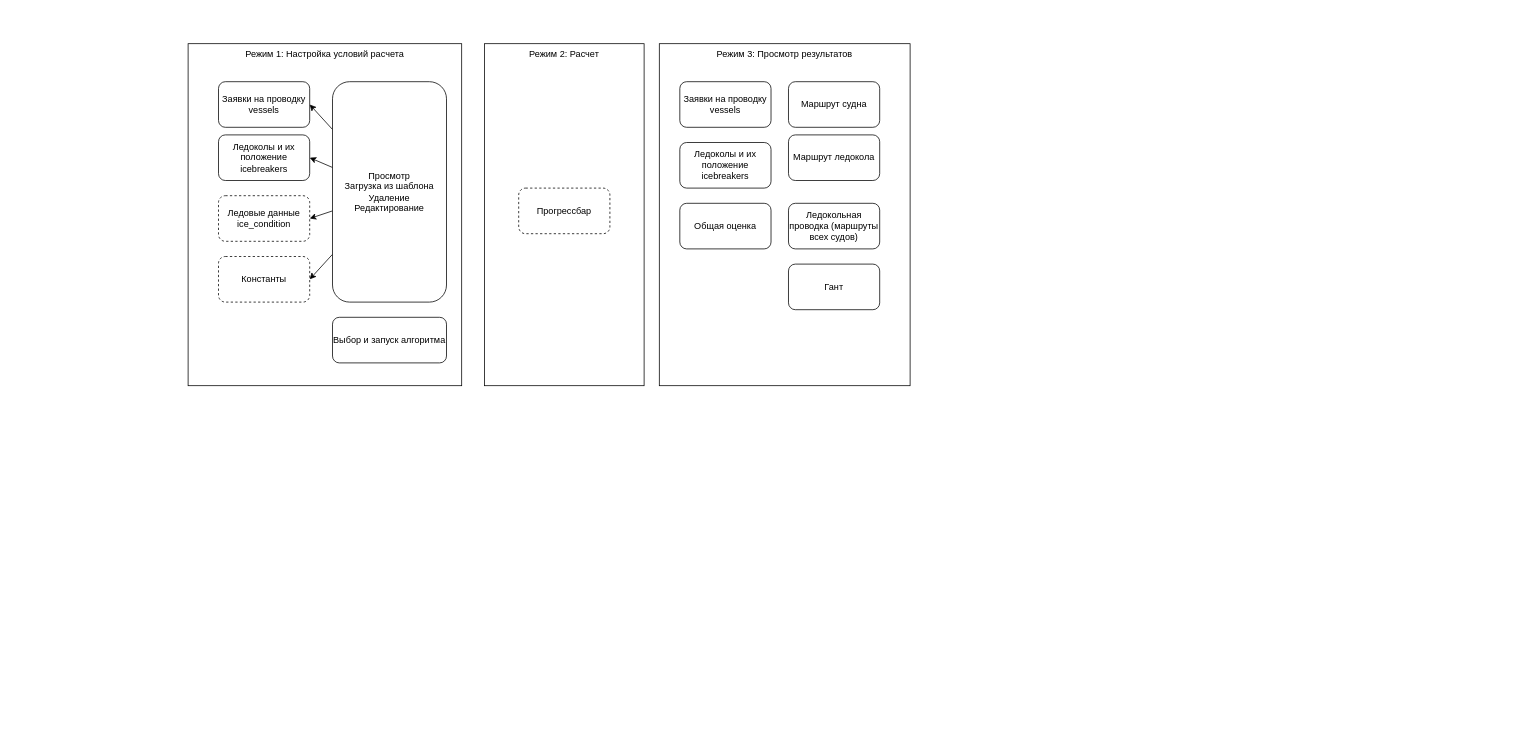
Earlier version of the draw.io diagram docs/интерфейс.drawio (inochka/icebreakers2). Source tidied: cells renumbered, new cells numbered last; positions are measured from the earlier drawing's top-left corner, leaving out a move shared by most shapes. Both pictures are drawn from the tidied source at 76%, with x=0, y=0 at pixel (188, 43).
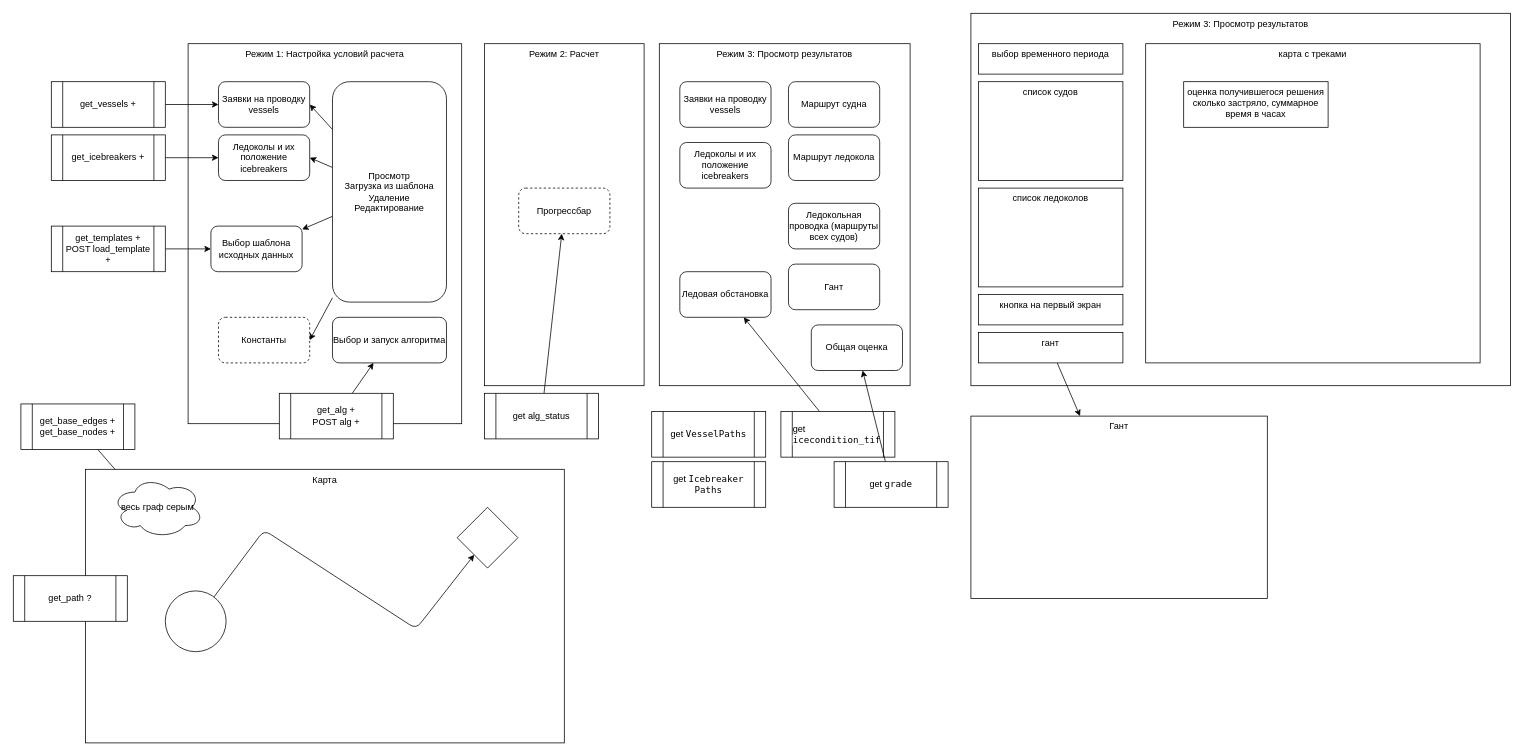
After the change.

The change refers to these unchanged cells:
```xml
<mxCell id="3" value="Заявки на проводку&lt;br&gt;vessels" style="rounded=1;whiteSpace=wrap;html=1;" parent="1" vertex="1">
  <mxGeometry x="40" y="50" width="120" height="60" as="geometry" />
</mxCell>
<mxCell id="4" value="Ледоколы и их положение&lt;br&gt;icebreakers" style="rounded=1;whiteSpace=wrap;html=1;" parent="1" vertex="1">
  <mxGeometry x="40" y="120" width="120" height="60" as="geometry" />
</mxCell>
<mxCell id="12" value="Просмотр&lt;br&gt;Загрузка из шаблона&lt;br&gt;Удаление&lt;br&gt;Редактирование" style="rounded=1;whiteSpace=wrap;html=1;" parent="1" vertex="1">
  <mxGeometry x="190" y="50" width="150" height="290" as="geometry" />
</mxCell>
<mxCell id="13" value="Выбор и запуск алгоритма" style="rounded=1;whiteSpace=wrap;html=1;" parent="1" vertex="1">
  <mxGeometry x="190" y="360" width="150" height="60" as="geometry" />
</mxCell>
<mxCell id="14" value="Прогрессбар" style="rounded=1;whiteSpace=wrap;html=1;dashed=1;" parent="1" vertex="1">
  <mxGeometry x="435" y="190" width="120" height="60" as="geometry" />
</mxCell>
```

Diff of the diagram source:
```diff
@@
     <mxCell id="2" value="Режим 1: Настройка условий расчета" style="rounded=0;whiteSpace=wrap;html=1;verticalAlign=top;" parent="1" vertex="1">
-      <mxGeometry width="360" height="450" as="geometry" />
+      <mxGeometry width="360" height="500" as="geometry" />
     </mxCell>
@@
-    <mxCell id="5" value="Ледовые данные&lt;br&gt;ice_condition" style="rounded=1;whiteSpace=wrap;html=1;dashed=1;" parent="1" vertex="1">
-      <mxGeometry x="40" y="200" width="120" height="60" as="geometry" />
-    </mxCell>
     <mxCell id="6" value="Константы" style="rounded=1;whiteSpace=wrap;html=1;dashed=1;" parent="1" vertex="1">
-      <mxGeometry x="40" y="280" width="120" height="60" as="geometry" />
+      <mxGeometry x="40" y="360" width="120" height="60" as="geometry" />
     </mxCell>
@@
-    <mxCell id="10" style="edgeStyle=none;html=1;entryX=1;entryY=0.5;entryDx=0;entryDy=0;" parent="1" edge="1" source="12" target="5">
-      <mxGeometry relative="1" as="geometry" />
-    </mxCell>
@@
+    <mxCell id="23" style="edgeStyle=none;html=1;" parent="1" edge="1" source="12" target="41">
+      <mxGeometry relative="1" as="geometry" />
+    </mxCell>
@@
     <mxCell id="21" value="Общая оценка" style="rounded=1;whiteSpace=wrap;html=1;" parent="1" vertex="1">
-      <mxGeometry x="647" y="210" width="120" height="60" as="geometry" />
+      <mxGeometry x="820" y="370" width="120" height="60" as="geometry" />
     </mxCell>
@@
+    <mxCell id="24" value="Режим 3: Просмотр результатов" style="rounded=0;whiteSpace=wrap;html=1;verticalAlign=top;" parent="1" vertex="1">
+      <mxGeometry x="1030" y="-40" width="710" height="490" as="geometry" />
+    </mxCell>
+    <mxCell id="25" value="список судов" style="rounded=0;whiteSpace=wrap;html=1;verticalAlign=top;" parent="1" vertex="1">
+      <mxGeometry x="1040" y="50" width="190" height="130" as="geometry" />
+    </mxCell>
+    <mxCell id="26" value="список ледоколов" style="rounded=0;whiteSpace=wrap;html=1;verticalAlign=top;" parent="1" vertex="1">
+      <mxGeometry x="1040" y="190" width="190" height="130" as="geometry" />
+    </mxCell>
+    <mxCell id="27" value="кнопка на первый экран" style="rounded=0;whiteSpace=wrap;html=1;verticalAlign=top;" parent="1" vertex="1">
+      <mxGeometry x="1040" y="330" width="190" height="40" as="geometry" />
+    </mxCell>
+    <mxCell id="28" style="edgeStyle=none;html=1;" parent="1" edge="1" source="29" target="30">
+      <mxGeometry relative="1" as="geometry" />
+    </mxCell>
+    <mxCell id="29" value="гант" style="rounded=0;whiteSpace=wrap;html=1;verticalAlign=top;" parent="1" vertex="1">
+      <mxGeometry x="1040" y="380" width="190" height="40" as="geometry" />
+    </mxCell>
+    <mxCell id="30" value="Гант" style="rounded=0;whiteSpace=wrap;html=1;verticalAlign=top;" parent="1" vertex="1">
+      <mxGeometry x="1030" y="490" width="390" height="240" as="geometry" />
+    </mxCell>
+    <mxCell id="31" value="карта с треками" style="rounded=0;whiteSpace=wrap;html=1;verticalAlign=top;" parent="1" vertex="1">
+      <mxGeometry x="1260" width="440" height="420" as="geometry" />
+    </mxCell>
+    <mxCell id="32" value="выбор временного периода" style="rounded=0;whiteSpace=wrap;html=1;verticalAlign=top;" parent="1" vertex="1">
+      <mxGeometry x="1040" width="190" height="40" as="geometry" />
+    </mxCell>
+    <mxCell id="33" style="edgeStyle=none;html=1;" parent="1" edge="1" source="34" target="4">
+      <mxGeometry relative="1" as="geometry" />
+    </mxCell>
+    <mxCell id="34" value="get_icebreakers +" style="shape=process;whiteSpace=wrap;html=1;backgroundOutline=1;" parent="1" vertex="1">
+      <mxGeometry x="-180" y="120" width="150" height="60" as="geometry" />
+    </mxCell>
+    <mxCell id="35" style="edgeStyle=none;html=1;" parent="1" edge="1" source="36" target="3">
+      <mxGeometry relative="1" as="geometry" />
+    </mxCell>
+    <mxCell id="36" value="get_vessels +" style="shape=process;whiteSpace=wrap;html=1;backgroundOutline=1;" parent="1" vertex="1">
+      <mxGeometry x="-180" y="50" width="150" height="60" as="geometry" />
+    </mxCell>
+    <mxCell id="37" style="edgeStyle=none;html=1;entryX=0.25;entryY=0.25;entryDx=0;entryDy=0;entryPerimeter=0;" parent="1" edge="1" source="38" target="46">
+      <mxGeometry relative="1" as="geometry" />
+    </mxCell>
+    <mxCell id="38" value="get_base_edges +&lt;br&gt;get_base_nodes +" style="shape=process;whiteSpace=wrap;html=1;backgroundOutline=1;" parent="1" vertex="1">
+      <mxGeometry x="-220" y="474" width="150" height="60" as="geometry" />
+    </mxCell>
+    <mxCell id="39" style="edgeStyle=none;html=1;" parent="1" edge="1" source="40" target="41">
+      <mxGeometry relative="1" as="geometry" />
+    </mxCell>
+    <mxCell id="40" value="get_templates +&lt;br&gt;POST load_template +" style="shape=process;whiteSpace=wrap;html=1;backgroundOutline=1;" parent="1" vertex="1">
+      <mxGeometry x="-180" y="240" width="150" height="60" as="geometry" />
+    </mxCell>
+    <mxCell id="41" value="Выбор шаблона исходных данных" style="rounded=1;whiteSpace=wrap;html=1;" parent="1" vertex="1">
+      <mxGeometry x="30" y="240" width="120" height="60" as="geometry" />
+    </mxCell>
+    <mxCell id="42" value="Карта" style="rounded=0;whiteSpace=wrap;html=1;verticalAlign=top;" parent="1" vertex="1">
+      <mxGeometry x="-135" y="560" width="630" height="360" as="geometry" />
+    </mxCell>
+    <mxCell id="43" style="edgeStyle=none;html=1;" parent="1" edge="1" source="44" target="45">
+      <mxGeometry relative="1" as="geometry">
+        <Array as="points">
+          <mxPoint x="100" y="640" />
+          <mxPoint x="300" y="770" />
+        </Array>
+      </mxGeometry>
+    </mxCell>
+    <mxCell id="44" style="ellipse;whiteSpace=wrap;html=1;" parent="1" vertex="1">
+      <mxGeometry x="-30" y="720" width="80" height="80" as="geometry" />
+    </mxCell>
+    <mxCell id="45" style="rhombus;whiteSpace=wrap;html=1;" parent="1" vertex="1">
+      <mxGeometry x="354" y="610" width="80" height="80" as="geometry" />
+    </mxCell>
+    <mxCell id="46" value="весь граф серым" style="ellipse;shape=cloud;whiteSpace=wrap;html=1;" parent="1" vertex="1">
+      <mxGeometry x="-100" y="570" width="120" height="80" as="geometry" />
+    </mxCell>
+    <mxCell id="47" value="get_path ?" style="shape=process;whiteSpace=wrap;html=1;backgroundOutline=1;" parent="1" vertex="1">
+      <mxGeometry x="-230" y="700" width="150" height="60" as="geometry" />
+    </mxCell>
+    <mxCell id="48" style="edgeStyle=none;html=1;" parent="1" edge="1" source="49" target="13">
+      <mxGeometry relative="1" as="geometry" />
+    </mxCell>
+    <mxCell id="49" value="get_alg +&lt;br&gt;POST alg +" style="shape=process;whiteSpace=wrap;html=1;backgroundOutline=1;" parent="1" vertex="1">
+      <mxGeometry x="120" y="460" width="150" height="60" as="geometry" />
+    </mxCell>
+    <mxCell id="50" style="edgeStyle=none;html=1;" parent="1" edge="1" source="51" target="14">
+      <mxGeometry relative="1" as="geometry" />
+    </mxCell>
+    <mxCell id="51" value="get alg_status" style="shape=process;whiteSpace=wrap;html=1;backgroundOutline=1;" parent="1" vertex="1">
+      <mxGeometry x="390" y="460" width="150" height="60" as="geometry" />
+    </mxCell>
+    <mxCell id="52" value="get&amp;nbsp;&lt;span style=&quot;font-family: Menlo, Monaco, &amp;quot;Courier New&amp;quot;, monospace; text-align: left; background-color: rgb(255, 255, 255);&quot;&gt;VesselPaths&lt;/span&gt;" style="shape=process;whiteSpace=wrap;html=1;backgroundOutline=1;" parent="1" vertex="1">
+      <mxGeometry x="610" y="484" width="150" height="60" as="geometry" />
+    </mxCell>
+    <mxCell id="53" value="get&amp;nbsp;&lt;span style=&quot;font-family: Menlo, Monaco, &amp;quot;Courier New&amp;quot;, monospace; text-align: left; background-color: rgb(255, 255, 255);&quot;&gt;Icebreaker Paths&lt;/span&gt;" style="shape=process;whiteSpace=wrap;html=1;backgroundOutline=1;" parent="1" vertex="1">
+      <mxGeometry x="610" y="550" width="150" height="60" as="geometry" />
+    </mxCell>
+    <mxCell id="54" value="Ледовая обстановка" style="rounded=1;whiteSpace=wrap;html=1;" parent="1" vertex="1">
+      <mxGeometry x="647" y="300" width="120" height="60" as="geometry" />
+    </mxCell>
+    <mxCell id="55" style="edgeStyle=none;html=1;" parent="1" edge="1" source="56" target="54">
+      <mxGeometry relative="1" as="geometry" />
+    </mxCell>
+    <mxCell id="56" value="&lt;div style=&quot;text-align: left;&quot;&gt;&lt;span style=&quot;background-color: initial;&quot;&gt;get &lt;/span&gt;&lt;font face=&quot;Menlo, Monaco, Courier New, monospace&quot;&gt;&lt;span style=&quot;background-color: rgb(255, 255, 255);&quot;&gt;icecondition_tif&lt;/span&gt;&lt;/font&gt;&lt;/div&gt;" style="shape=process;whiteSpace=wrap;html=1;backgroundOutline=1;" parent="1" vertex="1">
+      <mxGeometry x="780" y="484" width="150" height="60" as="geometry" />
+    </mxCell>
+    <mxCell id="57" style="edgeStyle=none;html=1;" parent="1" edge="1" source="58" target="21">
+      <mxGeometry relative="1" as="geometry" />
+    </mxCell>
+    <mxCell id="58" value="&lt;div style=&quot;text-align: left;&quot;&gt;&lt;span style=&quot;background-color: initial;&quot;&gt;get &lt;/span&gt;&lt;font face=&quot;Menlo, Monaco, Courier New, monospace&quot;&gt;&lt;span style=&quot;background-color: rgb(255, 255, 255);&quot;&gt;grade&lt;/span&gt;&lt;/font&gt;&lt;/div&gt;" style="shape=process;whiteSpace=wrap;html=1;backgroundOutline=1;" parent="1" vertex="1">
+      <mxGeometry x="850" y="550" width="150" height="60" as="geometry" />
+    </mxCell>
+    <mxCell id="59" value="оценка получившегося решения&lt;br&gt;сколько застряло, суммарное время в часах" style="rounded=0;whiteSpace=wrap;html=1;verticalAlign=top;" parent="1" vertex="1">
+      <mxGeometry x="1310" y="50" width="190" height="60" as="geometry" />
+    </mxCell>
```
